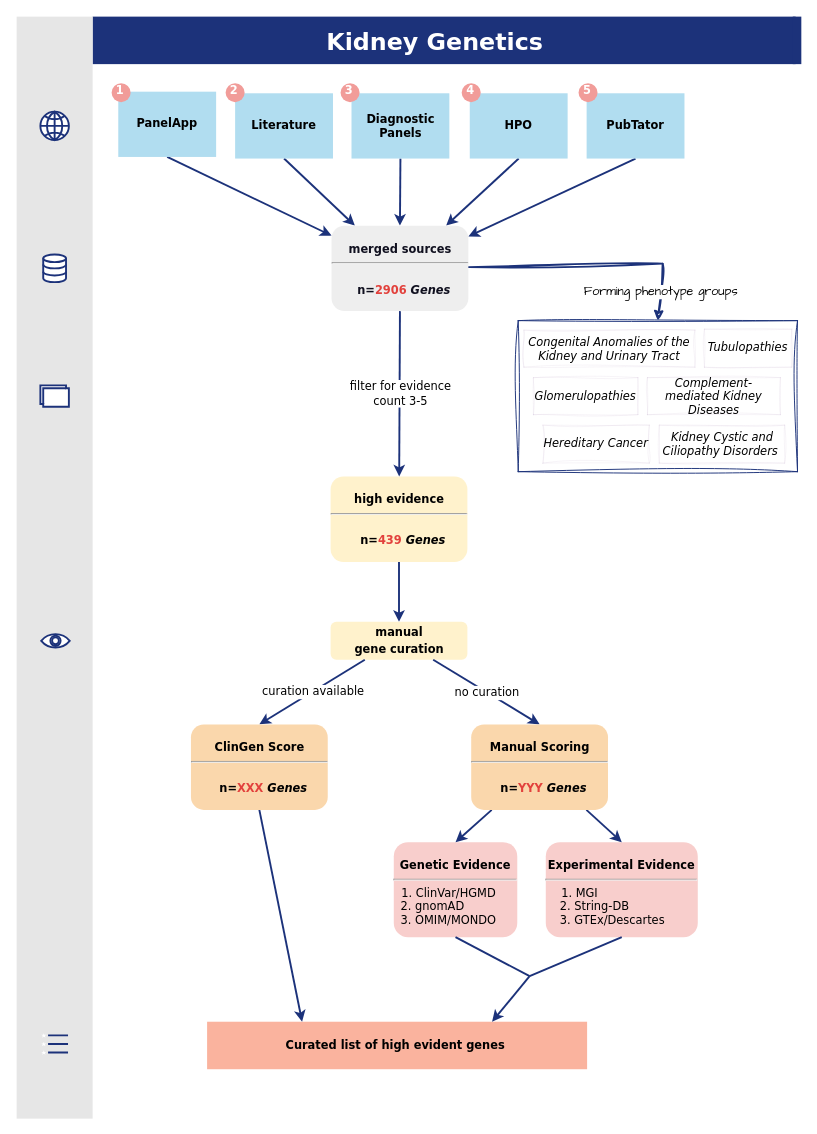
Above: edit_docs/static/img/figures/updated/curation_flow_diagram_current.drawio in halbritter-lab/kidney-genetics (draw.io), before the change. Source tidied: cells renumbered, new cells numbered last; positions are measured from the earlier drawing's top-left corner, leaving out a move shared by most shapes. Both pictures are drawn from the tidied source at 95%, with x=0, y=0 at pixel (16, 16).
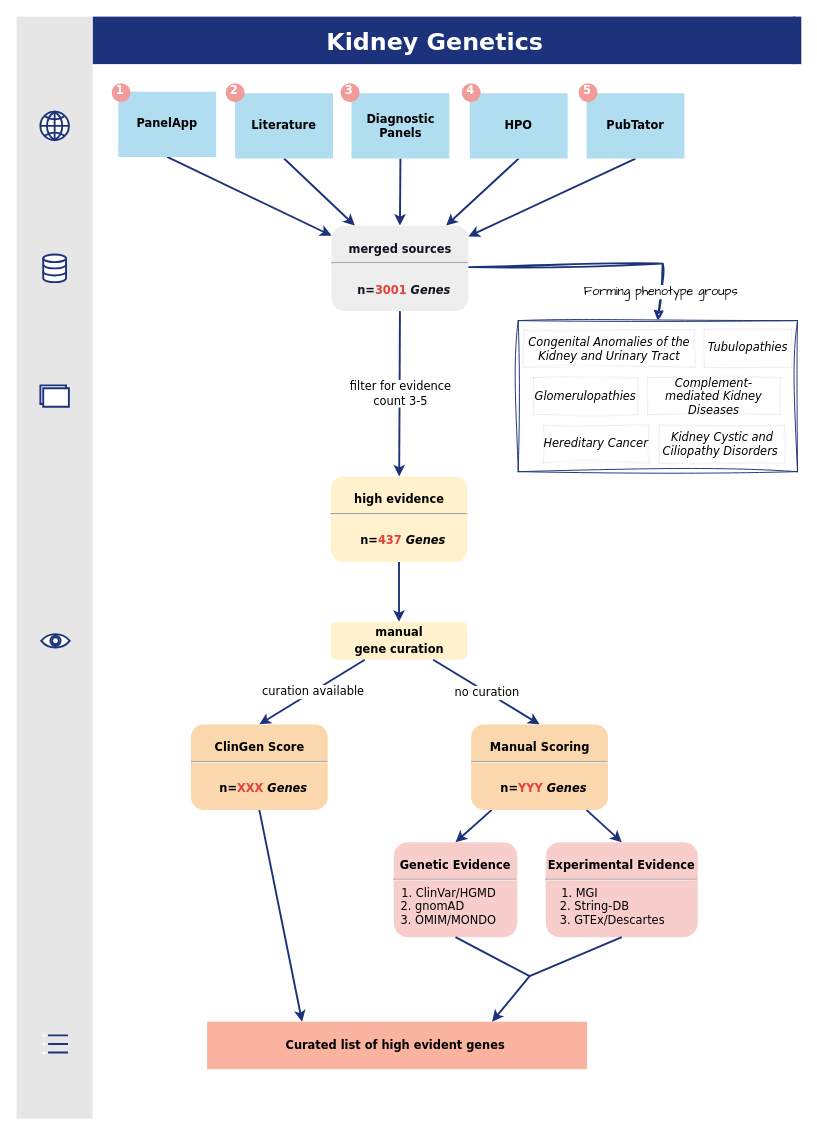
After the change.

Change to the diagram source:
```diff
@@
-    <mxCell id="9" value="&lt;p style=&quot;margin: 4px 0px 0px; text-align: center;&quot;&gt;&lt;strong style=&quot;&quot;&gt;&lt;br&gt;high evidence&lt;/strong&gt;&lt;/p&gt;&lt;hr&gt;&lt;p style=&quot;margin: 0px; margin-left: 8px;&quot;&gt;&lt;br&gt;n=&lt;font color=&quot;#e2413c&quot;&gt;439&amp;nbsp;&lt;/font&gt;&lt;i&gt;Genes&lt;/i&gt;&lt;/p&gt;" style="verticalAlign=middle;align=center;overflow=fill;fontSize=12;fontFamily=Verdana;html=1;rounded=1;fontStyle=1;strokeWidth=3;fillColor=#fff2cc;strokeColor=none;" parent="1" vertex="1">
+    <mxCell id="9" value="&lt;p style=&quot;margin: 4px 0px 0px; text-align: center;&quot;&gt;&lt;strong style=&quot;&quot;&gt;&lt;br&gt;high evidence&lt;/strong&gt;&lt;/p&gt;&lt;hr&gt;&lt;p style=&quot;margin: 0px; margin-left: 8px;&quot;&gt;&lt;br&gt;n=&lt;font color=&quot;#e2413c&quot;&gt;437&amp;nbsp;&lt;/font&gt;&lt;i&gt;Genes&lt;/i&gt;&lt;/p&gt;" style="verticalAlign=middle;align=center;overflow=fill;fontSize=12;fontFamily=Verdana;html=1;rounded=1;fontStyle=1;strokeWidth=3;fillColor=#fff2cc;strokeColor=none;" parent="1" vertex="1">
       <mxGeometry x="330.5" y="484" width="144" height="90" as="geometry" />
     </mxCell>
@@
-    <mxCell id="57" value="&lt;p style=&quot;margin: 4px 0px 0px; text-align: center;&quot;&gt;&lt;strong style=&quot;&quot;&gt;&lt;br&gt;&lt;font color=&quot;#10101f&quot;&gt;merged sources&lt;/font&gt;&lt;/strong&gt;&lt;/p&gt;&lt;hr&gt;&lt;p style=&quot;margin: 0px; margin-left: 8px;&quot;&gt;&lt;br&gt;&lt;font color=&quot;#10101f&quot;&gt;n=&lt;/font&gt;&lt;font color=&quot;#e2413c&quot;&gt;2906&amp;nbsp;&lt;/font&gt;&lt;i&gt;&lt;font color=&quot;#10101f&quot;&gt;Genes&lt;/font&gt;&lt;/i&gt;&lt;/p&gt;" style="verticalAlign=middle;align=center;overflow=fill;fontSize=12;fontFamily=Verdana;html=1;rounded=1;fontStyle=1;strokeWidth=3;fillColor=#eeeeee;strokeColor=none;" parent="1" vertex="1">
+    <mxCell id="57" value="&lt;p style=&quot;margin: 4px 0px 0px; text-align: center;&quot;&gt;&lt;strong style=&quot;&quot;&gt;&lt;br&gt;&lt;font color=&quot;#10101f&quot;&gt;merged sources&lt;/font&gt;&lt;/strong&gt;&lt;/p&gt;&lt;hr&gt;&lt;p style=&quot;margin: 0px; margin-left: 8px;&quot;&gt;&lt;br&gt;&lt;font color=&quot;#10101f&quot;&gt;n=&lt;/font&gt;&lt;font color=&quot;#e2413c&quot;&gt;3001&amp;nbsp;&lt;/font&gt;&lt;i&gt;&lt;font color=&quot;#10101f&quot;&gt;Genes&lt;/font&gt;&lt;/i&gt;&lt;/p&gt;" style="verticalAlign=middle;align=center;overflow=fill;fontSize=12;fontFamily=Verdana;html=1;rounded=1;fontStyle=1;strokeWidth=3;fillColor=#eeeeee;strokeColor=none;" parent="1" vertex="1">
       <mxGeometry x="331.5" y="220" width="144" height="90" as="geometry" />
     </mxCell>
```
